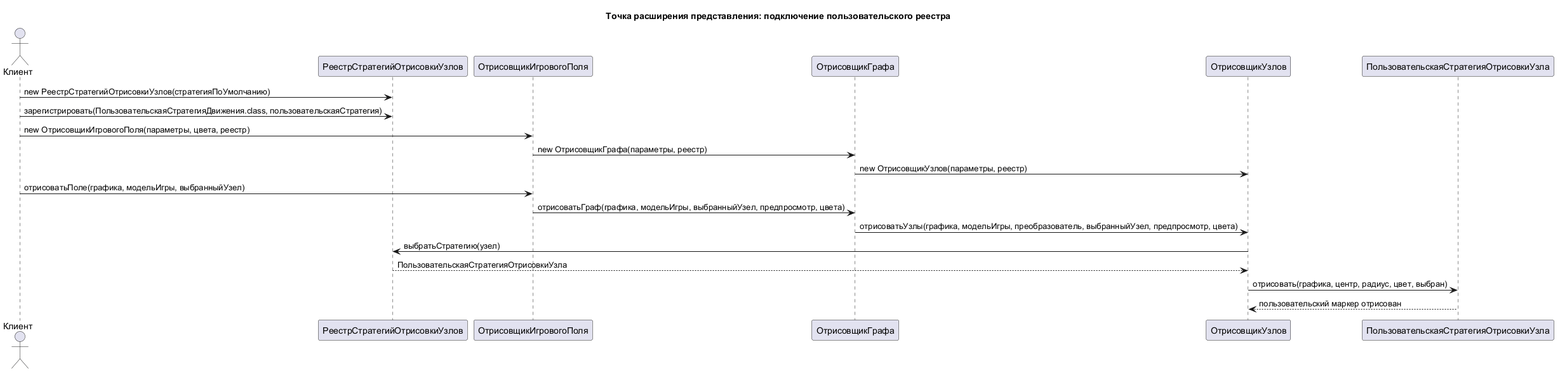
Above: diagrams/Point of extension/View sequence diagrams/04 Inject custom render registry.png in dmitriyBreyfogel/Untangle (PlantUML), before the change. Its diagram source:
```plantuml
@startuml
title Точка расширения представления: подключение пользовательского реестра

actor Клиент
participant "РеестрСтратегийОтрисовкиУзлов" as Реестр
participant "ОтрисовщикИгровогоПоля" as ОтрисовщикИгровогоПоля
participant "ОтрисовщикГрафа" as ОтрисовщикГрафа
participant "ОтрисовщикУзлов" as ОтрисовщикУзлов
participant "ПользовательскаяСтратегияОтрисовкиУзла" as ПользовательскаяСтратегия

Клиент -> Реестр : new РеестрСтратегийОтрисовкиУзлов(стратегияПоУмолчанию)
Клиент -> Реестр : зарегистрировать(ПользовательскаяСтратегияДвижения.class, пользовательскаяСтратегия)
Клиент -> ОтрисовщикИгровогоПоля : new ОтрисовщикИгровогоПоля(параметры, цвета, реестр)
ОтрисовщикИгровогоПоля -> ОтрисовщикГрафа : new ОтрисовщикГрафа(параметры, реестр)
ОтрисовщикГрафа -> ОтрисовщикУзлов : new ОтрисовщикУзлов(параметры, реестр)
Клиент -> ОтрисовщикИгровогоПоля : отрисоватьПоле(графика, модельИгры, выбранныйУзел)
ОтрисовщикИгровогоПоля -> ОтрисовщикГрафа : отрисоватьГраф(графика, модельИгры, выбранныйУзел, предпросмотр, цвета)
ОтрисовщикГрафа -> ОтрисовщикУзлов : отрисоватьУзлы(графика, модельИгры, преобразователь, выбранныйУзел, предпросмотр, цвета)
ОтрисовщикУзлов -> Реестр : выбратьСтратегию(узел)
Реестр --> ОтрисовщикУзлов : ПользовательскаяСтратегияОтрисовкиУзла
ОтрисовщикУзлов -> ПользовательскаяСтратегия : отрисовать(графика, центр, радиус, цвет, выбран)
ПользовательскаяСтратегия --> ОтрисовщикУзлов : пользовательский маркер отрисован

@enduml
```
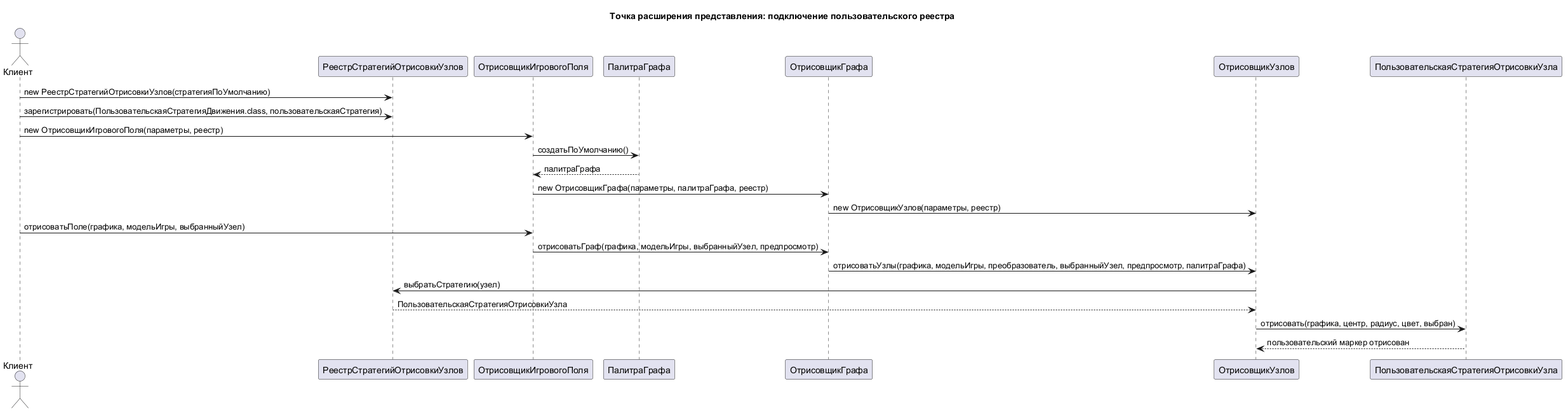
The same diagram one commit later.

Diff of the diagram source:
```diff
@@ -4,18 +4,21 @@
 actor Клиент
 participant "РеестрСтратегийОтрисовкиУзлов" as Реестр
 participant "ОтрисовщикИгровогоПоля" as ОтрисовщикИгровогоПоля
+participant "ПалитраГрафа" as ПалитраГрафа
 participant "ОтрисовщикГрафа" as ОтрисовщикГрафа
 participant "ОтрисовщикУзлов" as ОтрисовщикУзлов
 participant "ПользовательскаяСтратегияОтрисовкиУзла" as ПользовательскаяСтратегия
 
 Клиент -> Реестр : new РеестрСтратегийОтрисовкиУзлов(стратегияПоУмолчанию)
 Клиент -> Реестр : зарегистрировать(ПользовательскаяСтратегияДвижения.class, пользовательскаяСтратегия)
-Клиент -> ОтрисовщикИгровогоПоля : new ОтрисовщикИгровогоПоля(параметры, цвета, реестр)
-ОтрисовщикИгровогоПоля -> ОтрисовщикГрафа : new ОтрисовщикГрафа(параметры, реестр)
+Клиент -> ОтрисовщикИгровогоПоля : new ОтрисовщикИгровогоПоля(параметры, реестр)
+ОтрисовщикИгровогоПоля -> ПалитраГрафа : создатьПоУмолчанию()
+ПалитраГрафа --> ОтрисовщикИгровогоПоля : палитраГрафа
+ОтрисовщикИгровогоПоля -> ОтрисовщикГрафа : new ОтрисовщикГрафа(параметры, палитраГрафа, реестр)
 ОтрисовщикГрафа -> ОтрисовщикУзлов : new ОтрисовщикУзлов(параметры, реестр)
 Клиент -> ОтрисовщикИгровогоПоля : отрисоватьПоле(графика, модельИгры, выбранныйУзел)
-ОтрисовщикИгровогоПоля -> ОтрисовщикГрафа : отрисоватьГраф(графика, модельИгры, выбранныйУзел, предпросмотр, цвета)
-ОтрисовщикГрафа -> ОтрисовщикУзлов : отрисоватьУзлы(графика, модельИгры, преобразователь, выбранныйУзел, предпросмотр, цвета)
+ОтрисовщикИгровогоПоля -> ОтрисовщикГрафа : отрисоватьГраф(графика, модельИгры, выбранныйУзел, предпросмотр)
+ОтрисовщикГрафа -> ОтрисовщикУзлов : отрисоватьУзлы(графика, модельИгры, преобразователь, выбранныйУзел, предпросмотр, палитраГрафа)
 ОтрисовщикУзлов -> Реестр : выбратьСтратегию(узел)
 Реестр --> ОтрисовщикУзлов : ПользовательскаяСтратегияОтрисовкиУзла
 ОтрисовщикУзлов -> ПользовательскаяСтратегия : отрисовать(графика, центр, радиус, цвет, выбран)
```
